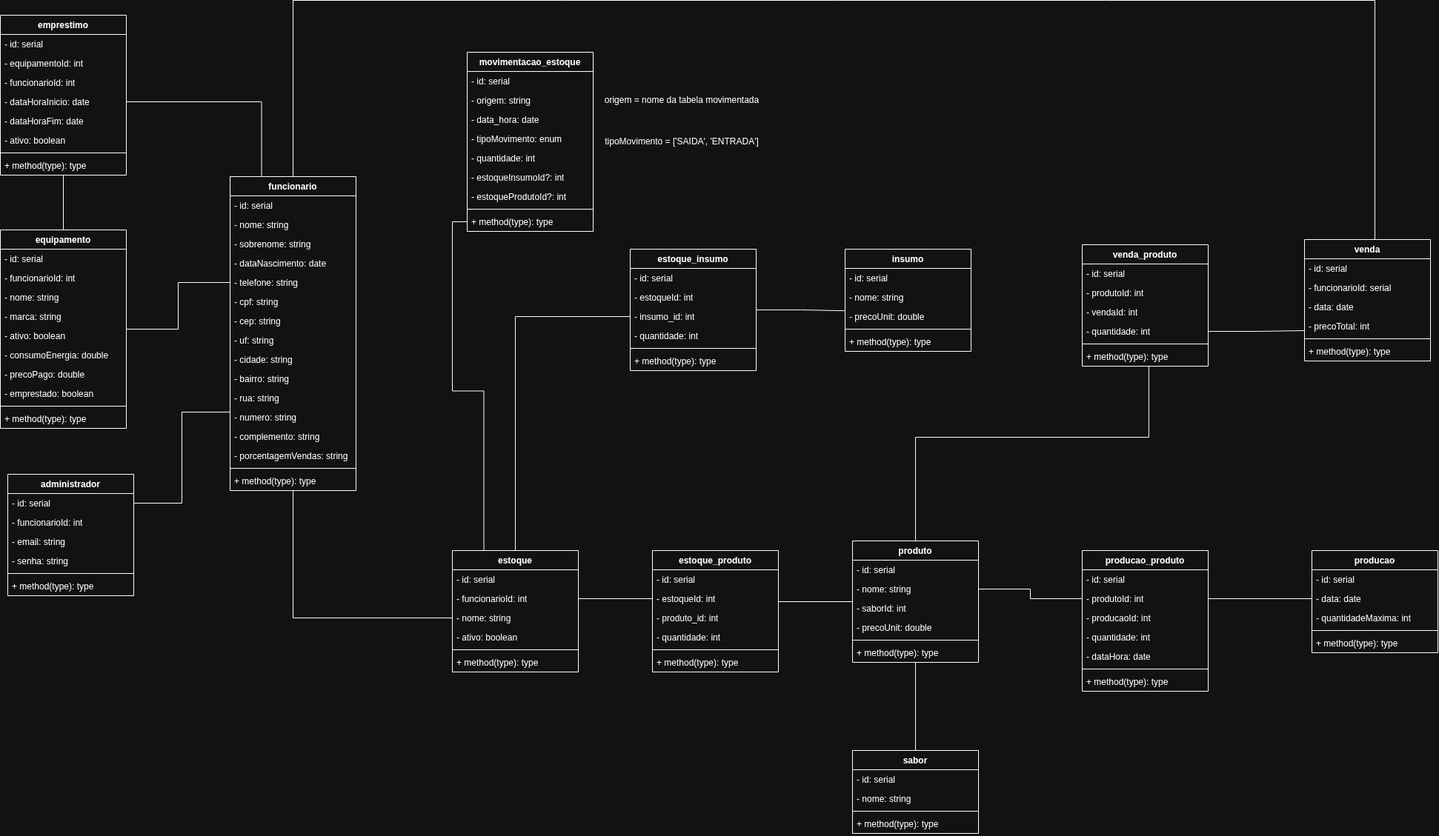
Before: docs/diagramas/diagrama-de-classes.png, a diagram exported from draw.io (kaue0000/autonium-api). Source tidied: cells renumbered, new cells last; positions are measured from the earlier drawing's top-left corner, leaving out a move shared by most shapes.
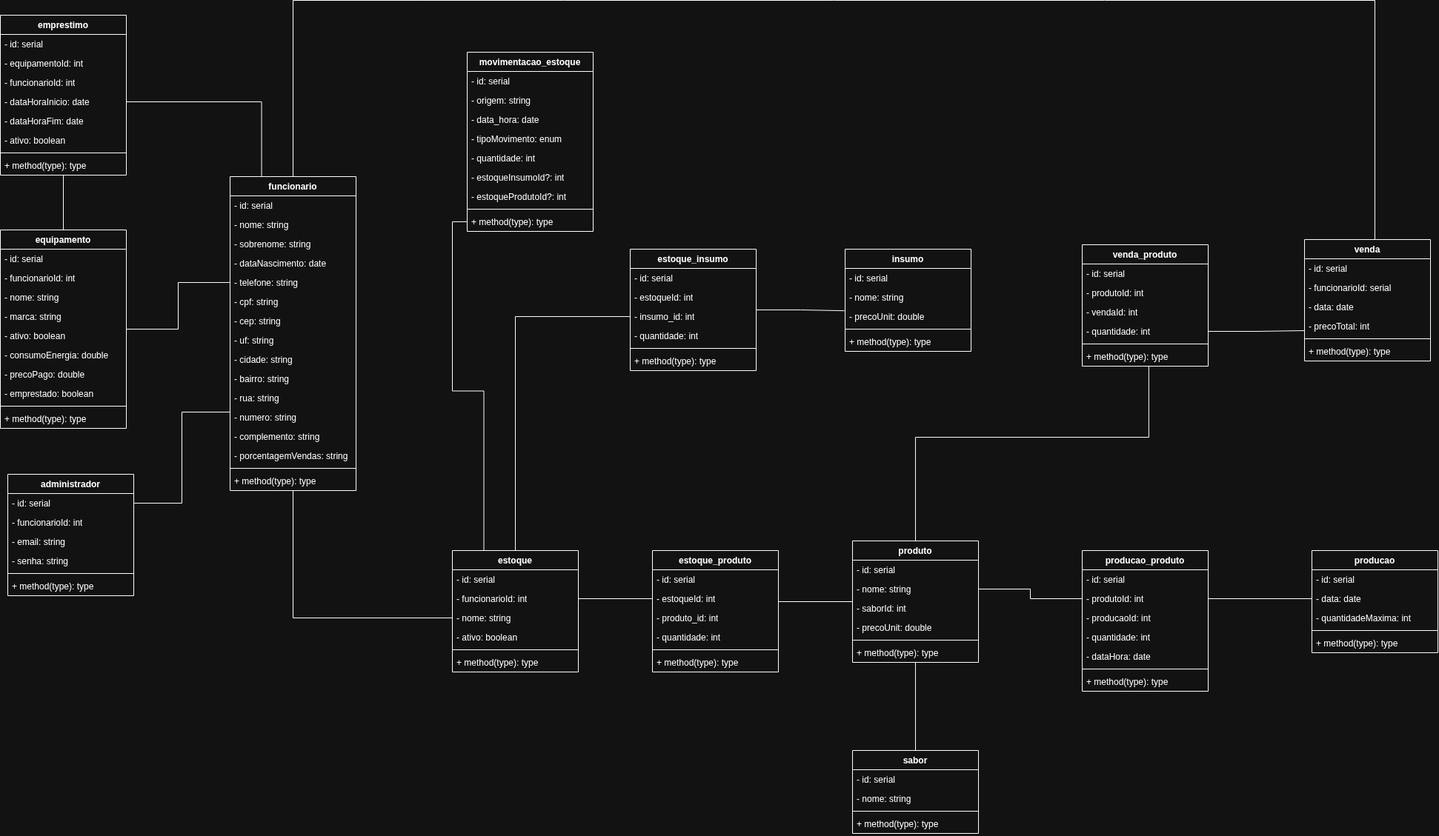
Above is the later version.

Commit message:
docs: Remove comentários desnecessários do diagrama de classes

Diff of the diagram source:
```diff
@@ -267,12 +267,6 @@
     <mxCell id="85" value="+ method(type): type" style="text;strokeColor=none;fillColor=none;align=left;verticalAlign=top;spacingLeft=4;spacingRight=4;overflow=hidden;points=[[0,0.5],[1,0.5]];portConstraint=eastwest;whiteSpace=wrap;html=1;" parent="76" vertex="1">
       <mxGeometry y="216" width="170" height="26" as="geometry" />
     </mxCell>
-    <mxCell id="86" value="origem = nome da tabela movimentada" style="text;html=1;whiteSpace=wrap;strokeColor=none;fillColor=none;align=center;verticalAlign=middle;rounded=0;" parent="1" vertex="1">
-      <mxGeometry x="810" y="120" width="220" height="30" as="geometry" />
-    </mxCell>
-    <mxCell id="87" value="tipoMovimento = ['SAIDA', 'ENTRADA']" style="text;html=1;whiteSpace=wrap;strokeColor=none;fillColor=none;align=center;verticalAlign=middle;rounded=0;" parent="1" vertex="1">
-      <mxGeometry x="815" y="176" width="210" height="30" as="geometry" />
-    </mxCell>
     <mxCell id="88" value="producao" style="swimlane;fontStyle=1;align=center;verticalAlign=top;horizontal=1;startSize=26;whiteSpace=wrap;html=1;" parent="1" vertex="1">
       <mxGeometry x="1770" y="743" width="170" height="138" as="geometry" />
     </mxCell>
```
